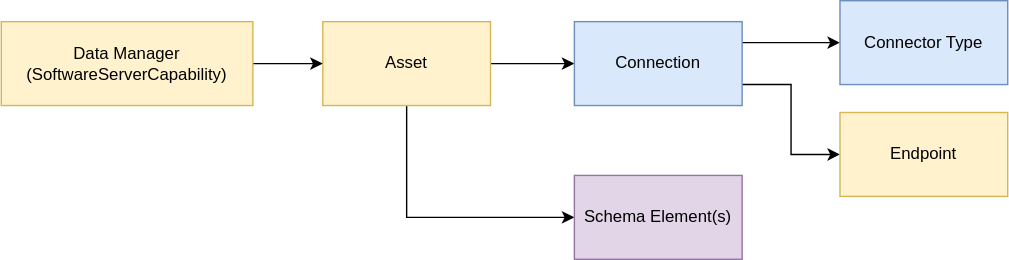
This is site/docs/guides/developer/mapping-technology/basic-model.svg from odpi/egeria-docs, a draw.io export, as it was before one commit. Source tidied: cells renumbered, new cells last; positions are measured from the earlier drawing's top-left corner, leaving out a move shared by most shapes. The source it was exported from:
```xml
<mxGraphModel>
  <root>
    <mxCell id="0" />
    <mxCell id="1" parent="0" />
    <mxCell id="2" style="edgeStyle=orthogonalEdgeStyle;rounded=0;jettySize=auto;html=1;exitX=0.5;exitY=1;exitDx=0;exitDy=0;entryX=0;entryY=0.5;entryDx=0;entryDy=0;" parent="1" edge="1" source="4" target="5">
      <mxGeometry relative="1" as="geometry" />
    </mxCell>
    <mxCell id="3" style="edgeStyle=orthogonalEdgeStyle;rounded=0;jettySize=auto;html=1;fontSize=50;" parent="1" edge="1" source="4" target="8">
      <mxGeometry relative="1" as="geometry" />
    </mxCell>
    <mxCell id="4" value="Asset" style="rounded=0;whiteSpace=wrap;html=1;shadow=0;fillColor=#fff2cc;strokeColor=#d6b656;" parent="1" vertex="1">
      <mxGeometry x="230" y="15" width="120" height="60" as="geometry" />
    </mxCell>
    <mxCell id="5" value="Schema Element(s)" style="rounded=0;whiteSpace=wrap;html=1;shadow=0;fillColor=#e1d5e7;strokeColor=#9673a6;" parent="1" vertex="1">
      <mxGeometry x="410" y="125" width="120" height="60" as="geometry" />
    </mxCell>
    <mxCell id="6" style="edgeStyle=orthogonalEdgeStyle;rounded=0;jettySize=auto;html=1;exitX=1;exitY=0.25;exitDx=0;exitDy=0;" parent="1" edge="1" source="8" target="9">
      <mxGeometry relative="1" as="geometry" />
    </mxCell>
    <mxCell id="7" style="edgeStyle=orthogonalEdgeStyle;rounded=0;jettySize=auto;html=1;exitX=1;exitY=0.75;exitDx=0;exitDy=0;entryX=0;entryY=0.5;entryDx=0;entryDy=0;" parent="1" edge="1" source="8" target="10">
      <mxGeometry relative="1" as="geometry" />
    </mxCell>
    <mxCell id="8" value="Connection" style="rounded=0;whiteSpace=wrap;html=1;shadow=0;fillColor=#dae8fc;strokeColor=#6c8ebf;" parent="1" vertex="1">
      <mxGeometry x="410" y="15" width="120" height="60" as="geometry" />
    </mxCell>
    <mxCell id="9" value="Connector Type" style="rounded=0;whiteSpace=wrap;html=1;shadow=0;fillColor=#dae8fc;strokeColor=#6c8ebf;" parent="1" vertex="1">
      <mxGeometry x="600" width="120" height="60" as="geometry" />
    </mxCell>
    <mxCell id="10" value="Endpoint" style="rounded=0;whiteSpace=wrap;html=1;shadow=0;fillColor=#fff2cc;strokeColor=#d6b656;" parent="1" vertex="1">
      <mxGeometry x="600" y="80" width="120" height="60" as="geometry" />
    </mxCell>
    <mxCell id="11" style="edgeStyle=orthogonalEdgeStyle;rounded=0;jettySize=auto;html=1;entryX=0;entryY=0.5;entryDx=0;entryDy=0;" parent="1" edge="1" source="12" target="4">
      <mxGeometry relative="1" as="geometry" />
    </mxCell>
    <mxCell id="12" value="Data Manager&lt;br&gt;(SoftwareServerCapability)" style="rounded=0;whiteSpace=wrap;html=1;shadow=0;fillColor=#fff2cc;strokeColor=#d6b656;" parent="1" vertex="1">
      <mxGeometry y="15" width="180" height="60" as="geometry" />
    </mxCell>
  </root>
</mxGraphModel>
```
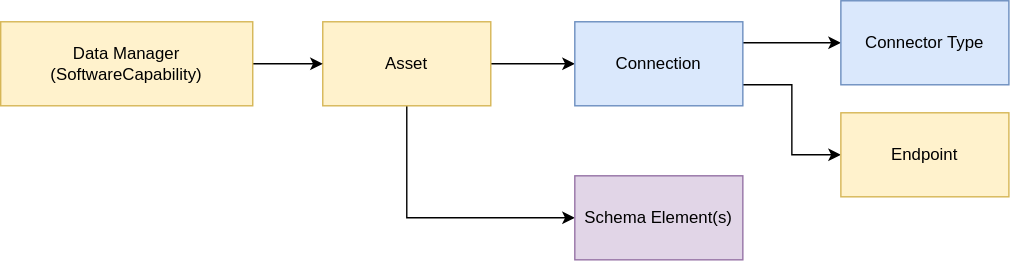
Above is the later version.

Diff of the diagram source:
```diff
@@ -32,7 +32,7 @@
     <mxCell id="11" style="edgeStyle=orthogonalEdgeStyle;rounded=0;jettySize=auto;html=1;entryX=0;entryY=0.5;entryDx=0;entryDy=0;" parent="1" edge="1" source="12" target="4">
       <mxGeometry relative="1" as="geometry" />
     </mxCell>
-    <mxCell id="12" value="Data Manager&lt;br&gt;(SoftwareServerCapability)" style="rounded=0;whiteSpace=wrap;html=1;shadow=0;fillColor=#fff2cc;strokeColor=#d6b656;" parent="1" vertex="1">
+    <mxCell id="12" value="Data Manager&lt;br&gt;(SoftwareCapability)" style="rounded=0;whiteSpace=wrap;html=1;shadow=0;fillColor=#fff2cc;strokeColor=#d6b656;" parent="1" vertex="1">
       <mxGeometry y="15" width="180" height="60" as="geometry" />
     </mxCell>
   </root>
```
